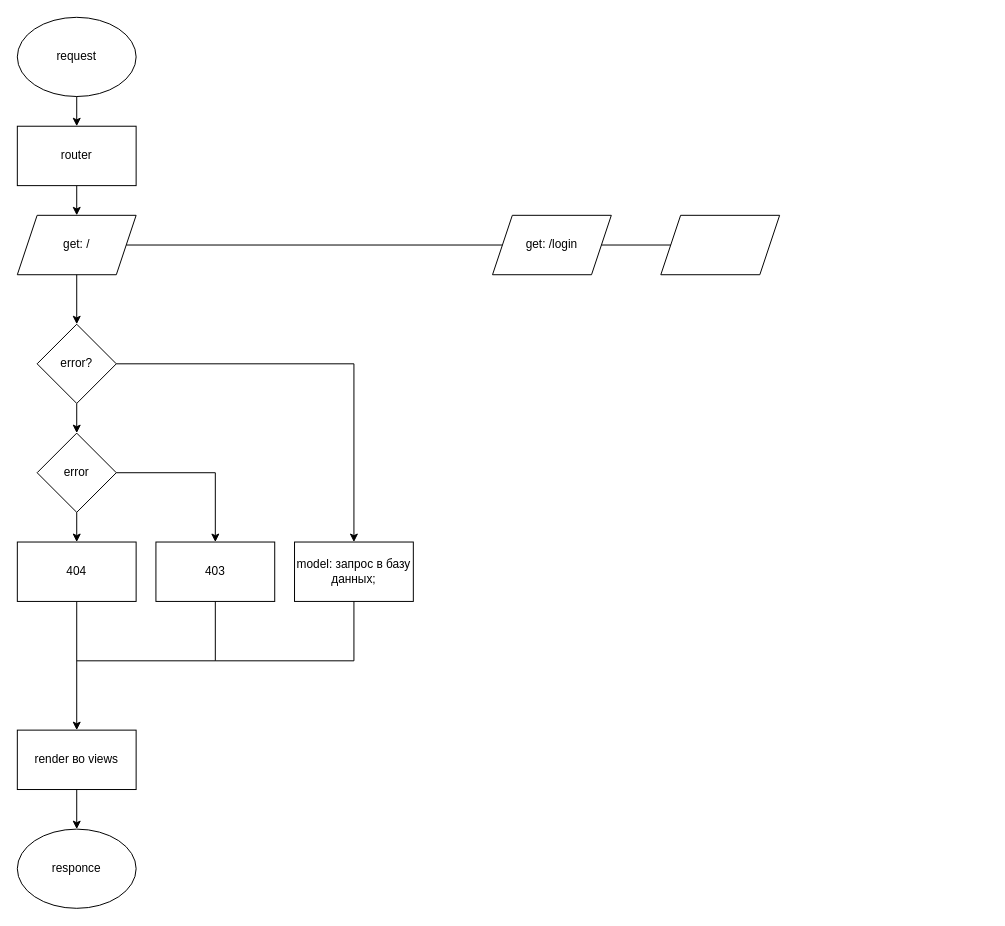
Before: mvc.drawio in Konkin-Ivan/custom_mvc_php, a draw.io diagram. Source tidied: cells renumbered, new cells numbered last; positions are measured from the earlier drawing's top-left corner, leaving out a move shared by most shapes. Both pictures are drawn from the tidied source at 99%, with x=0, y=0 at pixel (17, 17).
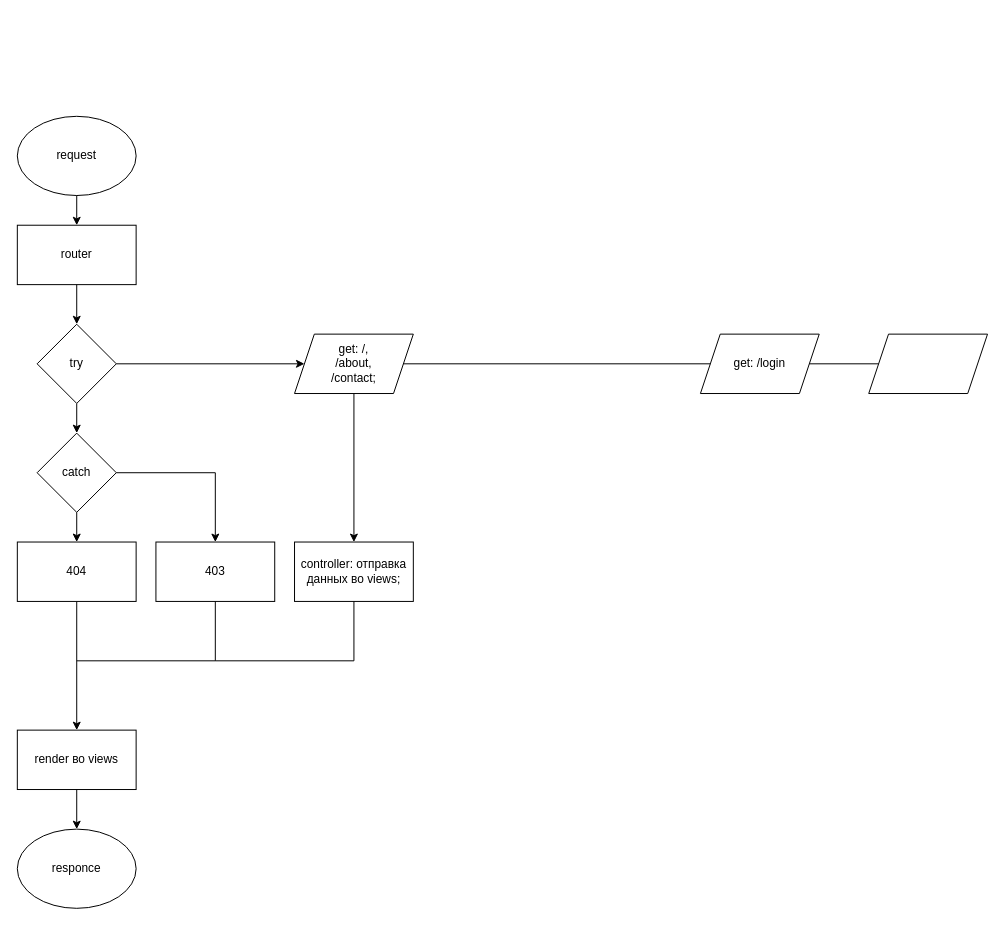
The same page after the edit.

What changed in the source:
```diff
@@
     <mxCell id="2" value="request" style="ellipse;whiteSpace=wrap;html=1;" parent="1" vertex="1">
-      <mxGeometry width="120" height="80" as="geometry" />
+      <mxGeometry y="100" width="120" height="80" as="geometry" />
     </mxCell>
@@
-    <mxCell id="4" style="endArrow=classic;html=1;rounded=0;entryX=0.5;entryY=0;entryDx=0;entryDy=0;exitX=0.5;exitY=1;exitDx=0;exitDy=0;" parent="1" edge="1" source="22" target="5">
-      <mxGeometry relative="1" as="geometry" />
-    </mxCell>
-    <mxCell id="5" value="get: /" style="shape=parallelogram;perimeter=parallelogramPerimeter;whiteSpace=wrap;html=1;fixedSize=1;" parent="1" vertex="1">
-      <mxGeometry y="200" width="120" height="60" as="geometry" />
+    <mxCell id="5" value="get: /,&lt;br&gt;/about,&lt;br&gt;/contact;" style="shape=parallelogram;perimeter=parallelogramPerimeter;whiteSpace=wrap;html=1;fixedSize=1;" parent="1" vertex="1">
+      <mxGeometry x="280" y="320" width="120" height="60" as="geometry" />
     </mxCell>
     <mxCell id="6" value="get: /login" style="shape=parallelogram;perimeter=parallelogramPerimeter;whiteSpace=wrap;html=1;fixedSize=1;" parent="1" vertex="1">
-      <mxGeometry x="480" y="200" width="120" height="60" as="geometry" />
+      <mxGeometry x="690" y="320" width="120" height="60" as="geometry" />
     </mxCell>
@@
     <mxCell id="8" style="shape=parallelogram;perimeter=parallelogramPerimeter;whiteSpace=wrap;html=1;fixedSize=1;" parent="1" vertex="1">
-      <mxGeometry x="650" y="200" width="120" height="60" as="geometry" />
+      <mxGeometry x="860" y="320" width="120" height="60" as="geometry" />
     </mxCell>
@@
-    <mxCell id="10" value="model: запрос в базу данных;" style="rounded=0;whiteSpace=wrap;html=1;" parent="1" vertex="1">
+    <mxCell id="10" value="controller: отправка данных во views;" style="rounded=0;whiteSpace=wrap;html=1;" parent="1" vertex="1">
       <mxGeometry x="280" y="530" width="120" height="60" as="geometry" />
     </mxCell>
@@
-    <mxCell id="12" value="error" style="rhombus;whiteSpace=wrap;html=1;" parent="1" vertex="1">
+    <mxCell id="12" value="catch" style="rhombus;whiteSpace=wrap;html=1;" parent="1" vertex="1">
       <mxGeometry x="20" y="420" width="80" height="80" as="geometry" />
     </mxCell>
@@
     <mxCell id="22" value="router" style="rounded=0;whiteSpace=wrap;html=1;" parent="1" vertex="1">
-      <mxGeometry y="110" width="120" height="60" as="geometry" />
+      <mxGeometry y="210" width="120" height="60" as="geometry" />
     </mxCell>
@@
-    <mxCell id="24" value="error?" style="rhombus;whiteSpace=wrap;html=1;" parent="1" vertex="1">
+    <mxCell id="24" value="try" style="rhombus;whiteSpace=wrap;html=1;" parent="1" vertex="1">
       <mxGeometry x="20" y="310" width="80" height="80" as="geometry" />
     </mxCell>
-    <mxCell id="25" style="endArrow=classic;html=1;rounded=0;exitX=0.5;exitY=1;exitDx=0;exitDy=0;entryX=0.5;entryY=0;entryDx=0;entryDy=0;" parent="1" edge="1" source="5" target="24">
-      <mxGeometry relative="1" as="geometry" />
-    </mxCell>
-    <mxCell id="26" style="endArrow=classic;html=1;rounded=0;exitX=1;exitY=0.5;exitDx=0;exitDy=0;entryX=0.5;entryY=0;entryDx=0;entryDy=0;" parent="1" edge="1" source="24" target="10">
-      <mxGeometry relative="1" as="geometry">
-        <Array as="points">
-          <mxPoint x="340" y="350" />
-        </Array>
-      </mxGeometry>
-    </mxCell>
+    <mxCell id="27" style="endArrow=classic;html=1;rounded=0;exitX=1;exitY=0.5;exitDx=0;exitDy=0;entryX=0;entryY=0.5;entryDx=0;entryDy=0;" parent="1" edge="1" source="24" target="5">
+      <mxGeometry relative="1" as="geometry" />
+    </mxCell>
+    <mxCell id="28" style="endArrow=classic;html=1;rounded=0;exitX=0.5;exitY=1;exitDx=0;exitDy=0;entryX=0.5;entryY=0;entryDx=0;entryDy=0;" parent="1" edge="1" source="5" target="10">
+      <mxGeometry relative="1" as="geometry" />
+    </mxCell>
+    <mxCell id="29" style="endArrow=classic;html=1;rounded=0;exitX=0.5;exitY=1;exitDx=0;exitDy=0;entryX=0.5;entryY=0;entryDx=0;entryDy=0;" parent="1" edge="1" source="22" target="24">
+      <mxGeometry relative="1" as="geometry" />
+    </mxCell>
```
